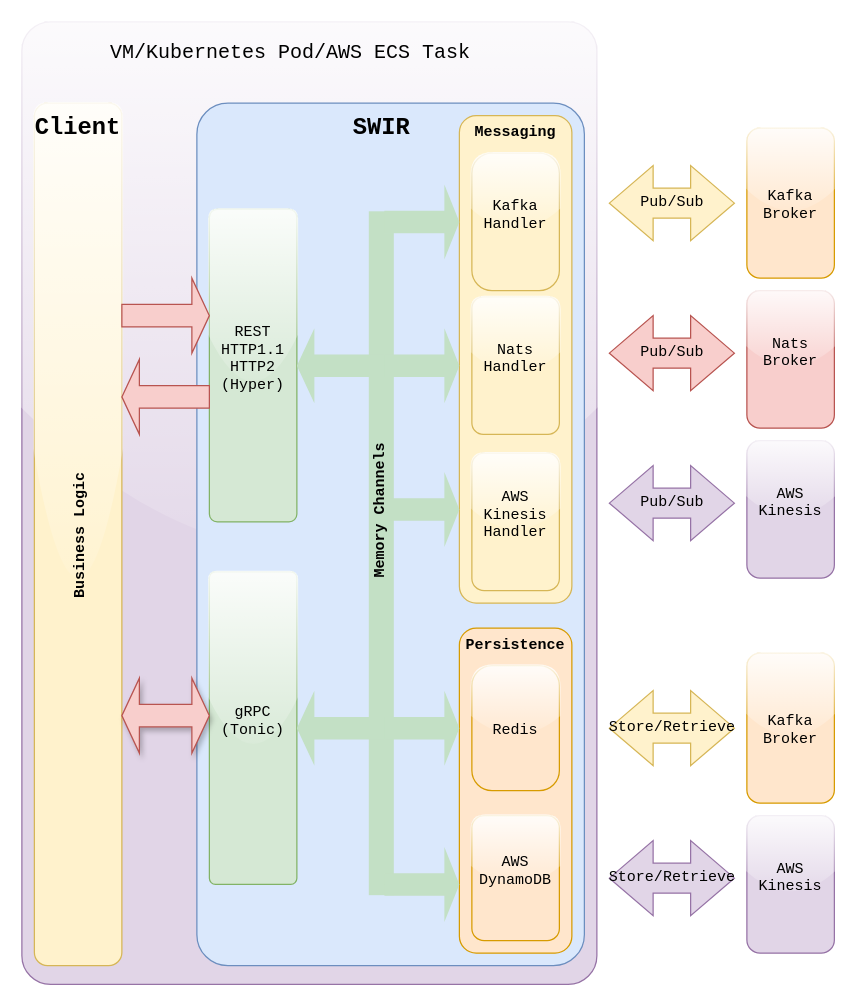
Above: graphics/swir-architecture.drawio in swir-rs/swir (draw.io), before the change. Source tidied: cells renumbered, new cells numbered last; positions are measured from the earlier drawing's top-left corner, leaving out a move shared by most shapes. Both pictures are drawn from the tidied source at 125%, with x=0, y=0 at pixel (21, 21).
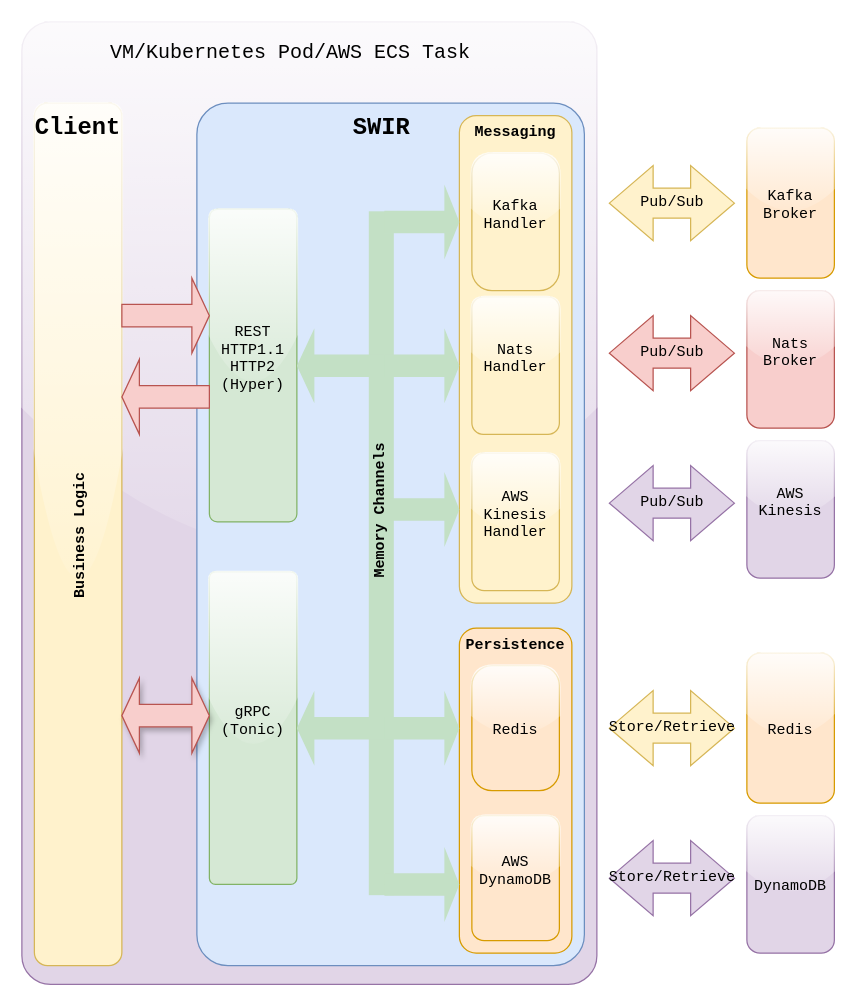
The same diagram, later.

Change to the diagram source:
```diff
@@
-    <mxCell id="22" value="Kafka&#10;Broker" style="rounded=1;fillColor=#ffe6cc;strokeColor=#d79b00;glass=1;fontFamily=Courier New;" parent="1" vertex="1">
+    <mxCell id="22" value="Redis" style="rounded=1;fillColor=#ffe6cc;strokeColor=#d79b00;glass=1;fontFamily=Courier New;" parent="1" vertex="1">
       <mxGeometry x="580" y="505" width="70" height="120" as="geometry" />
     </mxCell>
-    <mxCell id="23" value="AWS&#10;Kinesis&#10;" style="rounded=1;fillColor=#e1d5e7;strokeColor=#9673a6;glass=1;fontFamily=Courier New;" parent="1" vertex="1">
+    <mxCell id="23" value="DynamoDB" style="rounded=1;fillColor=#e1d5e7;strokeColor=#9673a6;glass=1;fontFamily=Courier New;" parent="1" vertex="1">
       <mxGeometry x="580" y="635" width="70" height="110" as="geometry" />
     </mxCell>
```
